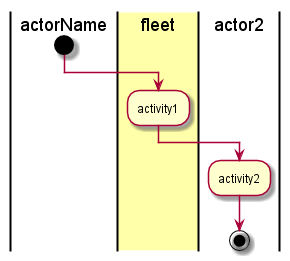
Above: docs/UseCases/Manage-Clouds/Activities.png in CAADE/fleet (PlantUML), before the change. Its diagram source:
```plantuml
@startuml
|actorName|
start
|#ffffaa|fleet|
:activity1;
|actor2|
:activity2;
stop
@enduml
```
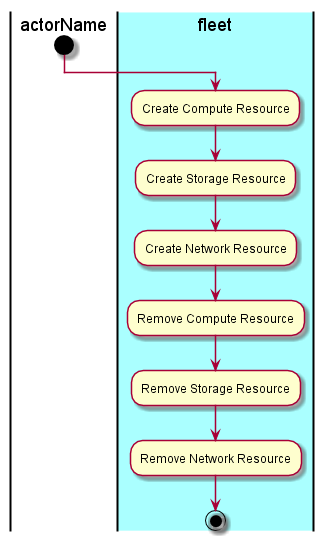
The same file after the commit.

Diff of the diagram source:
```diff
@@ -1,9 +1,12 @@
 @startuml
 |actorName|
 start
-|#ffffaa|fleet|
-:activity1;
-|actor2|
-:activity2;
+|#aaffff|fleet|
+:Create Compute Resource;
+:Create Storage Resource;
+:Create Network Resource;
+:Remove Compute Resource;
+:Remove Storage Resource;
+:Remove Network Resource;
 stop
 @enduml
```
